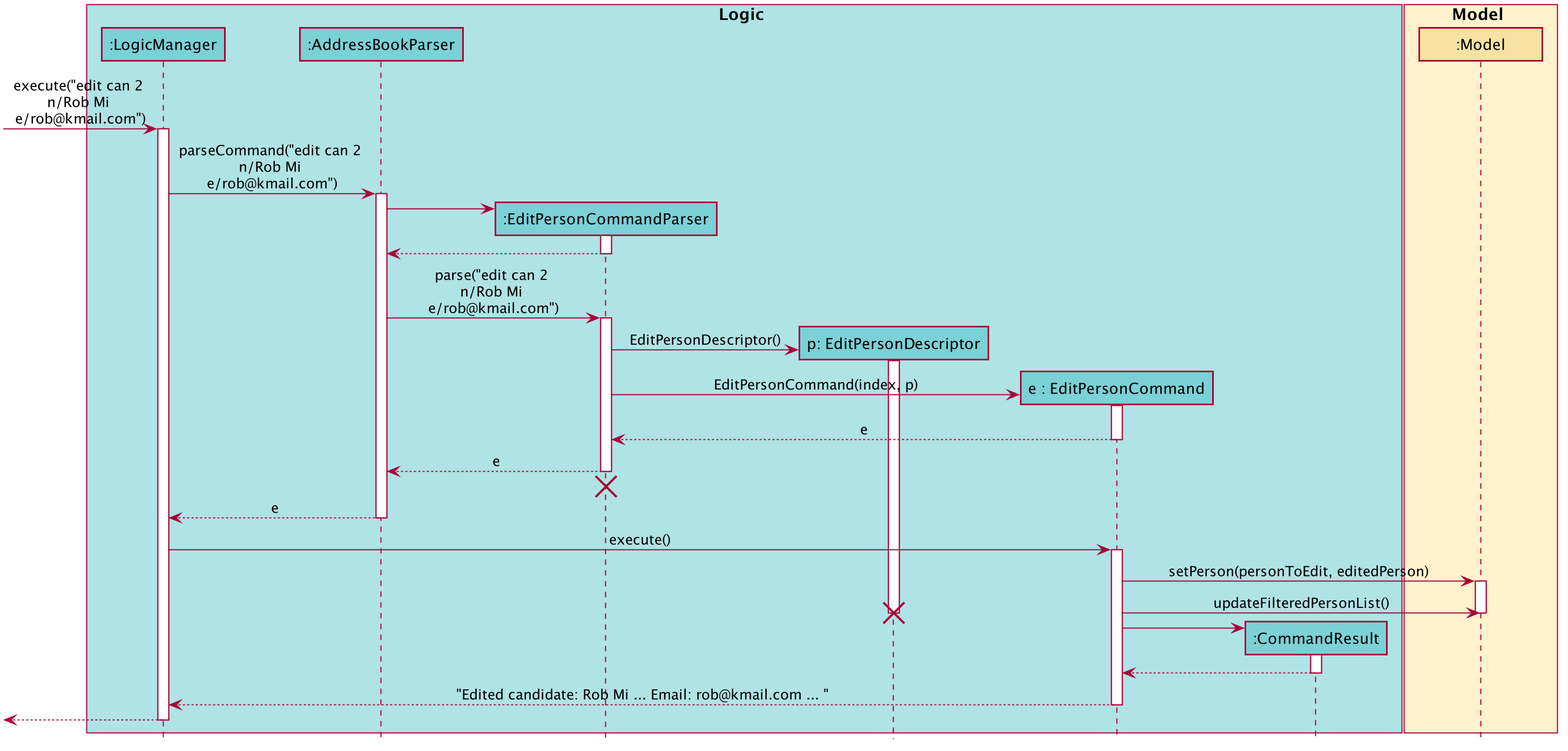
vanGoghhh/tp keeps this PlantUML diagram as docs/images/EditSequenceDiagram.png. Above is the earlier version.
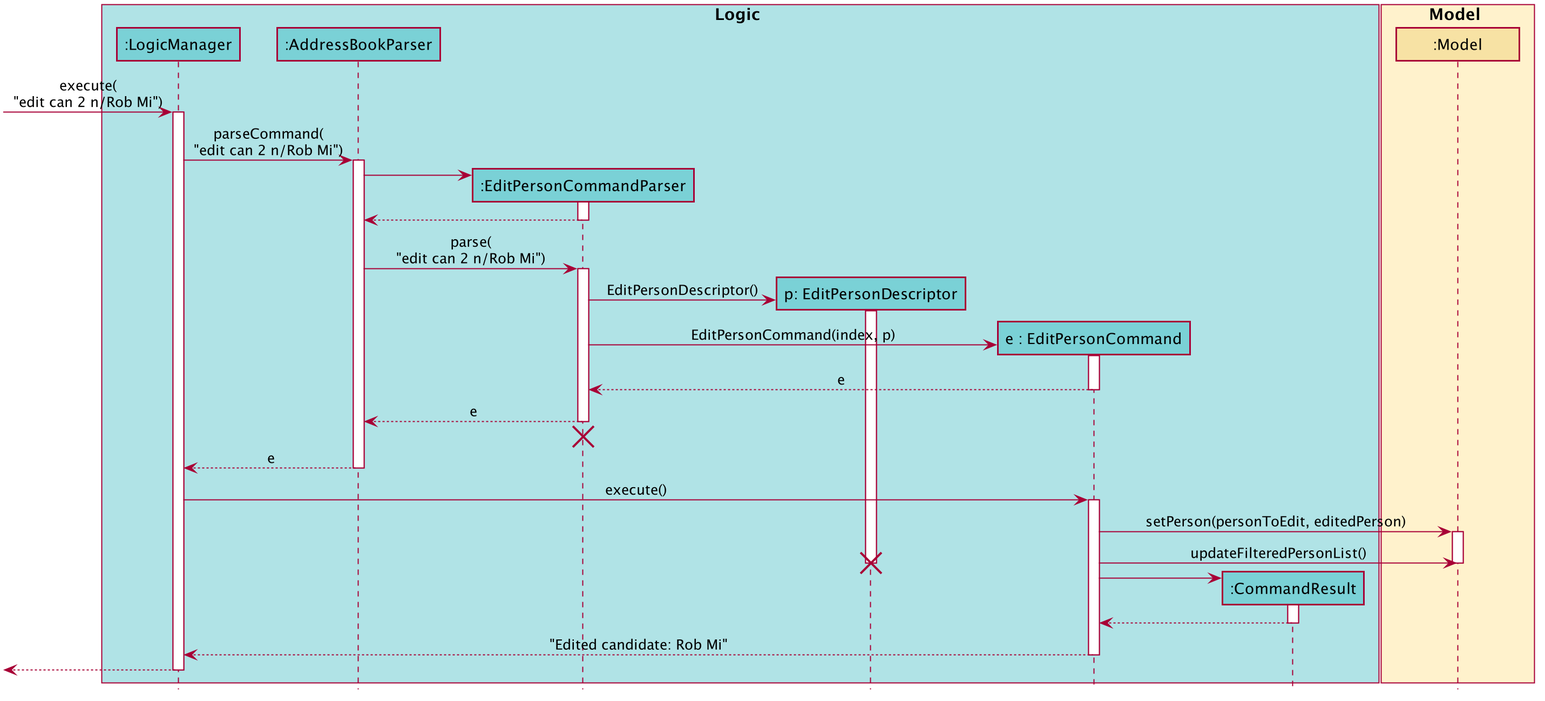
After the commit.

Change to the diagram source:
```diff
@@ -62,10 +62,10 @@
 participant ":Model" as Model #F7E2A4
 end box
 
-[-> LogicManager : execute("edit can 2 \nn/Rob Mi \ne/rob@kmail.com")
+[-> LogicManager : execute(\n"edit can 2 n/Rob Mi")
 activate LogicManager
 
-LogicManager -> AddressBookParser : parseCommand("edit can 2 \nn/Rob Mi \ne/rob@kmail.com")
+LogicManager -> AddressBookParser : parseCommand(\n"edit can 2 n/Rob Mi")
 activate AddressBookParser
 
 create EditPersonCommandParser
@@ -75,7 +75,7 @@
 EditPersonCommandParser --> AddressBookParser
 deactivate EditPersonCommandParser
 
-AddressBookParser -> EditPersonCommandParser : parse("edit can 2 \nn/Rob Mi \ne/rob@kmail.com")
+AddressBookParser -> EditPersonCommandParser : parse(\n"edit can 2 n/Rob Mi")
 activate EditPersonCommandParser
 
 create EditPersonDescriptor
@@ -115,7 +115,7 @@
 CommandResult --> EditPersonCommand
 deactivate CommandResult
 
-EditPersonCommand --> LogicManager : "Edited candidate: Rob Mi ... Email: rob@kmail.com ... "
+EditPersonCommand --> LogicManager : "Edited candidate: Rob Mi"
 deactivate EditPersonCommand
 
 [<--LogicManager
```
